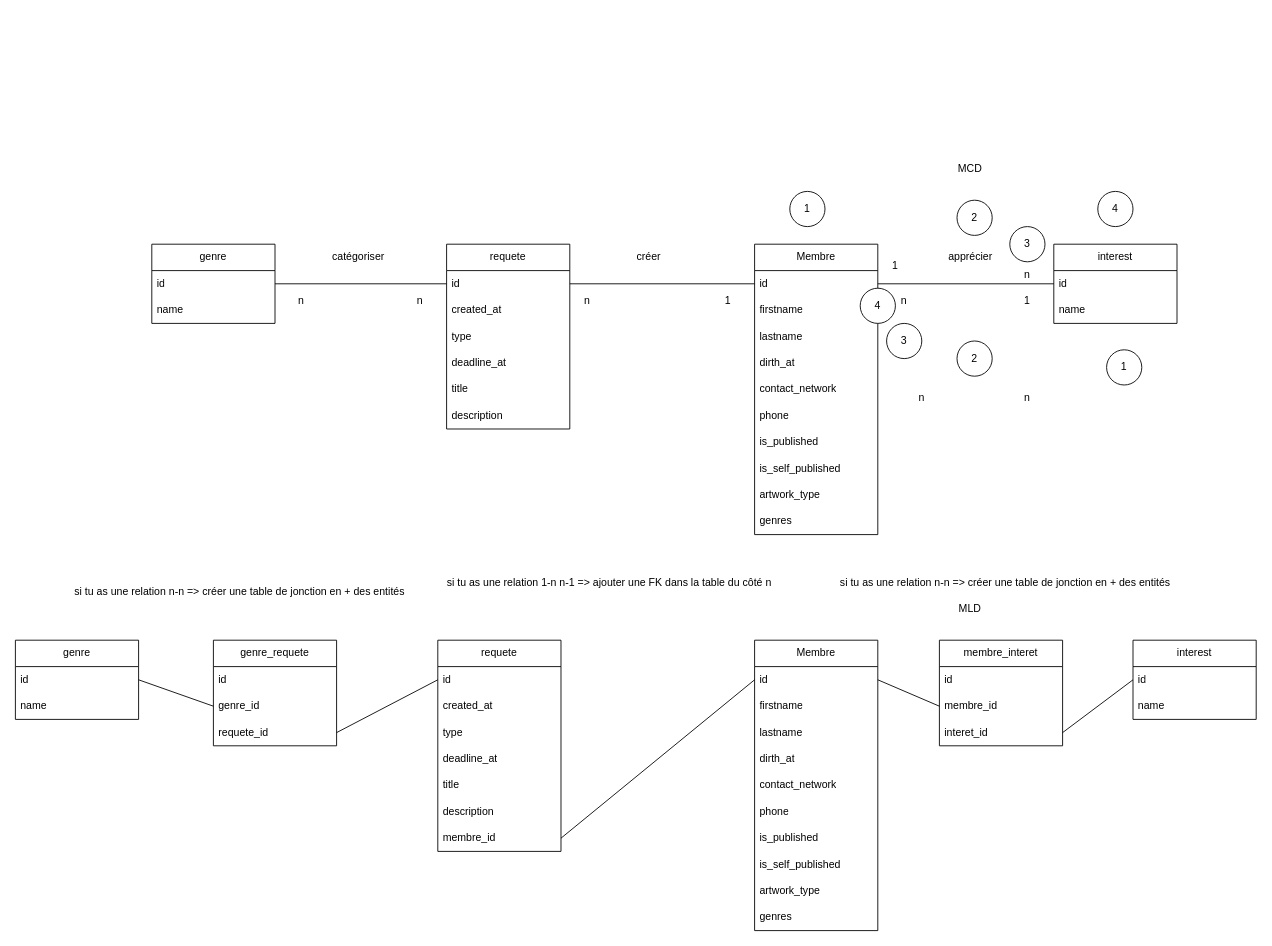
webdevproformation/projet_aude keeps this draw.io diagram as MLD.drawio. Above is the earlier version. Source tidied: cells renumbered, new cells numbered last; positions are measured from the earlier drawing's top-left corner, leaving out a move shared by most shapes. Both pictures are drawn from the tidied source at 88%, with x=0, y=0 at pixel (15, 156).
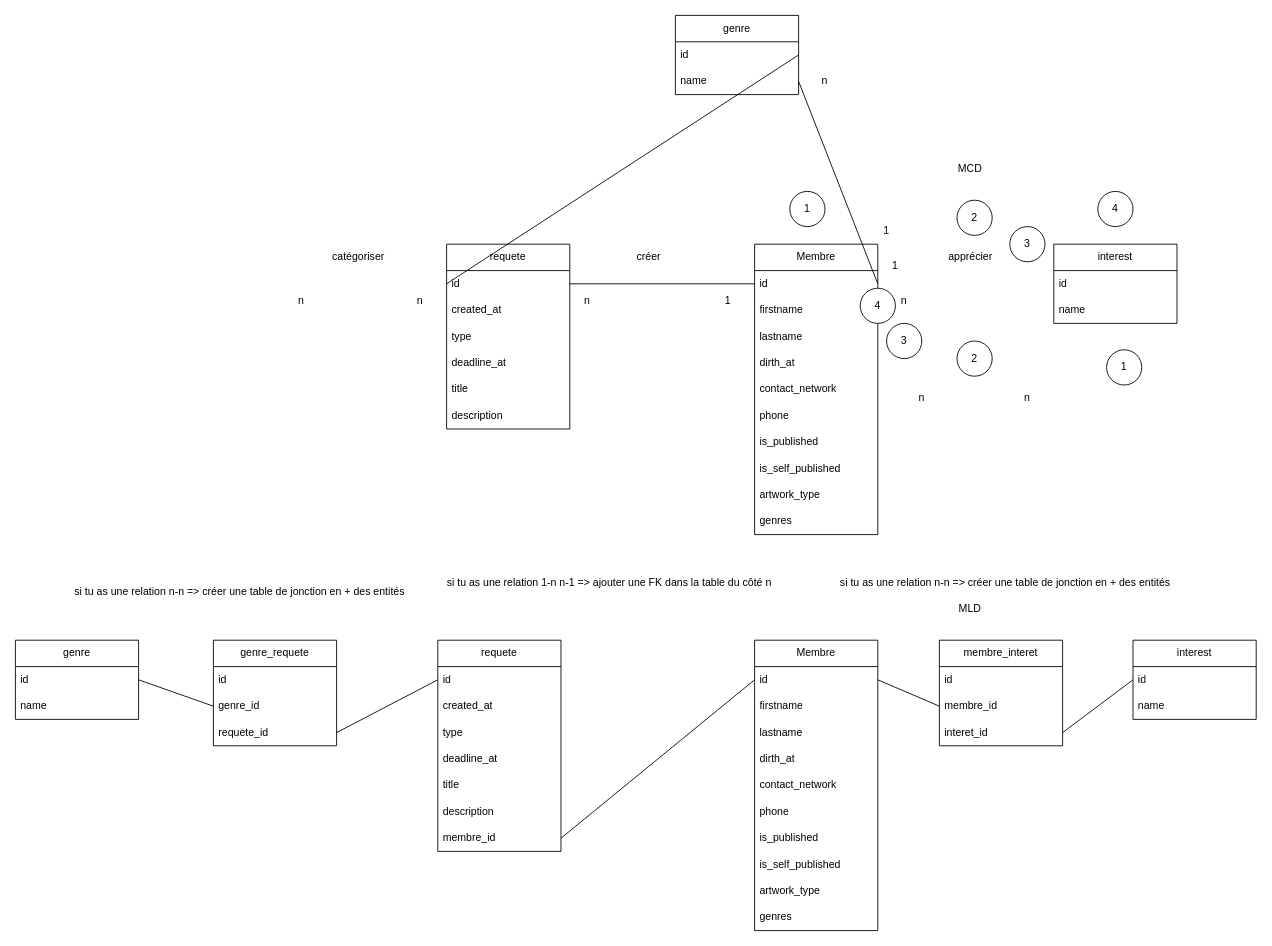
The same diagram, later.

Commit message:
fin réunion 2

The change refers to these unchanged cells:
```xml
<mxCell id="3" value="id" style="text;strokeColor=none;fillColor=none;align=left;verticalAlign=middle;spacingLeft=4;spacingRight=4;overflow=hidden;points=[[0,0.5],[1,0.5]];portConstraint=eastwest;whiteSpace=wrap;html=1;" parent="2" vertex="1">
  <mxGeometry y="30" width="140" height="30" as="geometry" />
</mxCell>
<mxCell id="14" value="id" style="text;strokeColor=none;fillColor=none;align=left;verticalAlign=middle;spacingLeft=4;spacingRight=4;overflow=hidden;points=[[0,0.5],[1,0.5]];portConstraint=eastwest;whiteSpace=wrap;html=1;" parent="13" vertex="1">
  <mxGeometry y="30" width="140" height="30" as="geometry" />
</mxCell>
<mxCell id="78" value="name" style="text;strokeColor=none;fillColor=none;align=left;verticalAlign=middle;spacingLeft=4;spacingRight=4;overflow=hidden;points=[[0,0.5],[1,0.5]];portConstraint=eastwest;whiteSpace=wrap;html=1;" parent="76" vertex="1">
  <mxGeometry y="60" width="140" height="30" as="geometry" />
</mxCell>
```

Change to the diagram source:
```diff
@@
-    <mxCell id="16" style="endArrow=none;html=1;exitX=1;exitY=0.5;exitDx=0;exitDy=0;entryX=0;entryY=0.5;entryDx=0;entryDy=0;" parent="1" edge="1" source="3" target="14">
+    <mxCell id="16" style="endArrow=none;html=1;exitX=1;exitY=0.5;exitDx=0;exitDy=0;entryX=1;entryY=0.5;entryDx=0;entryDy=0;" parent="1" edge="1" source="3" target="78">
       <mxGeometry relative="1" as="geometry" />
     </mxCell>
@@
     <mxCell id="22" value="n" style="text;html=1;align=center;verticalAlign=middle;whiteSpace=wrap;rounded=0;" parent="1" vertex="1">
-      <mxGeometry x="1120" y="120" width="60" height="30" as="geometry" />
+      <mxGeometry x="890" y="-100" width="60" height="30" as="geometry" />
     </mxCell>
@@
     <mxCell id="29" value="1" style="text;html=1;align=center;verticalAlign=middle;whiteSpace=wrap;rounded=0;" parent="1" vertex="1">
-      <mxGeometry x="1120" y="150" width="60" height="30" as="geometry" />
+      <mxGeometry x="960" y="70" width="60" height="30" as="geometry" />
     </mxCell>
@@
     <mxCell id="76" value="genre" style="swimlane;fontStyle=0;horizontal=1;startSize=30;whiteSpace=wrap;html=1;" parent="1" vertex="1">
-      <mxGeometry x="155" y="100" width="140" height="90" as="geometry" />
+      <mxGeometry x="750" y="-160" width="140" height="90" as="geometry" />
     </mxCell>
```
